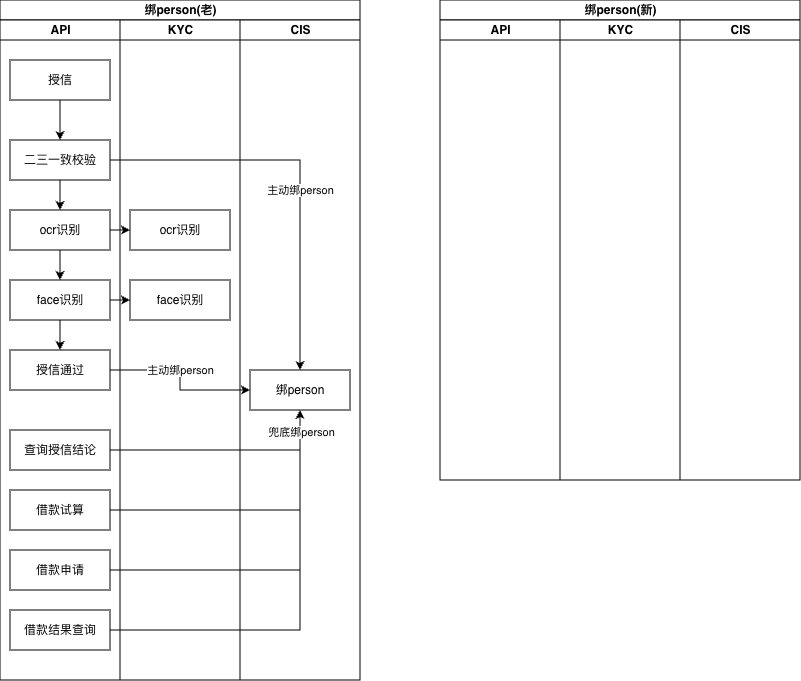
yuanlj-tea/picgo keeps this draw.io diagram as 绑person对比图.png. Above is the earlier version. Source tidied: cells renumbered, new cells last; positions are measured from the earlier drawing's top-left corner, leaving out a move shared by most shapes.
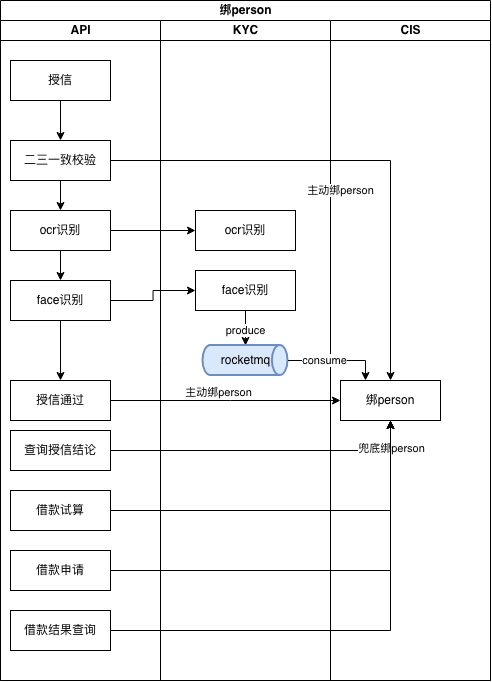
After the commit.

Commit message:
更新绑person对比图.png

Change to the diagram source:
```diff
@@ -2,11 +2,11 @@
   <root>
     <mxCell id="0" />
     <mxCell id="1" parent="0" />
-    <mxCell id="2" value="绑person(老)" style="swimlane;startSize=20;html=1;" parent="1" vertex="1">
-      <mxGeometry width="360" height="680" as="geometry" />
+    <mxCell id="2" value="绑person" style="swimlane;startSize=20;html=1;" parent="1" vertex="1">
+      <mxGeometry width="490" height="680" as="geometry" />
     </mxCell>
     <mxCell id="3" value="API" style="swimlane;startSize=20;html=1;" parent="2" vertex="1">
-      <mxGeometry y="20" width="120" height="660" as="geometry" />
+      <mxGeometry y="20" width="160" height="660" as="geometry" />
     </mxCell>
     <mxCell id="4" style="edgeStyle=orthogonalEdgeStyle;rounded=0;jettySize=auto;html=1;" parent="3" edge="1" source="5" target="7">
       <mxGeometry relative="1" as="geometry" />
@@ -33,7 +33,7 @@
       <mxGeometry x="10" y="260" width="100" height="40" as="geometry" />
     </mxCell>
     <mxCell id="12" value="授信通过" style="rounded=0;whiteSpace=wrap;html=1;" parent="3" vertex="1">
-      <mxGeometry x="10" y="330" width="100" height="40" as="geometry" />
+      <mxGeometry x="10" y="360" width="100" height="40" as="geometry" />
     </mxCell>
     <mxCell id="13" value="查询授信结论" style="rounded=0;whiteSpace=wrap;html=1;" parent="3" vertex="1">
       <mxGeometry x="10" y="410" width="100" height="40" as="geometry" />
@@ -44,28 +44,32 @@
     <mxCell id="15" value="借款申请" style="rounded=0;whiteSpace=wrap;html=1;" parent="3" vertex="1">
       <mxGeometry x="10" y="530" width="100" height="40" as="geometry" />
     </mxCell>
-    <mxCell id="16" style="edgeStyle=orthogonalEdgeStyle;rounded=0;jettySize=auto;html=1;" parent="3" edge="1" source="17">
-      <mxGeometry relative="1" as="geometry">
-        <mxPoint x="300" y="390" as="targetPoint" />
-      </mxGeometry>
-    </mxCell>
     <mxCell id="17" value="借款结果查询" style="rounded=0;whiteSpace=wrap;html=1;" parent="3" vertex="1">
       <mxGeometry x="10" y="590" width="100" height="40" as="geometry" />
     </mxCell>
     <mxCell id="18" value="KYC" style="swimlane;startSize=20;html=1;" parent="2" vertex="1">
-      <mxGeometry x="120" y="20" width="120" height="660" as="geometry" />
+      <mxGeometry x="160" y="20" width="170" height="660" as="geometry" />
     </mxCell>
     <mxCell id="19" value="ocr识别" style="rounded=0;whiteSpace=wrap;html=1;" parent="18" vertex="1">
-      <mxGeometry x="10" y="190" width="100" height="40" as="geometry" />
+      <mxGeometry x="35" y="190" width="100" height="40" as="geometry" />
     </mxCell>
+    <mxCell id="37" style="edgeStyle=orthogonalEdgeStyle;rounded=0;jettySize=auto;html=1;" parent="18" edge="1" source="20" target="39">
+      <mxGeometry relative="1" as="geometry" />
+    </mxCell>
+    <mxCell id="38" value="produce" style="edgeLabel;html=1;align=center;verticalAlign=middle;" parent="37" vertex="1">
+      <mxGeometry x="0.31" relative="1" as="geometry" />
+    </mxCell>
     <mxCell id="20" value="face识别" style="rounded=0;whiteSpace=wrap;html=1;" parent="18" vertex="1">
-      <mxGeometry x="10" y="260" width="100" height="40" as="geometry" />
+      <mxGeometry x="35" y="250" width="100" height="40" as="geometry" />
     </mxCell>
+    <mxCell id="39" value="rocketmq" style="strokeWidth=2;html=1;shape=mxgraph.flowchart.direct_data;whiteSpace=wrap;fillColor=#dae8fc;strokeColor=#6c8ebf;" parent="18" vertex="1">
+      <mxGeometry x="42.5" y="325" width="85" height="30" as="geometry" />
+    </mxCell>
     <mxCell id="21" value="CIS" style="swimlane;startSize=20;html=1;" parent="2" vertex="1">
-      <mxGeometry x="240" y="20" width="120" height="660" as="geometry" />
+      <mxGeometry x="330" y="20" width="160" height="660" as="geometry" />
     </mxCell>
     <mxCell id="22" value="绑person" style="rounded=0;whiteSpace=wrap;html=1;" parent="21" vertex="1">
-      <mxGeometry x="10" y="350" width="100" height="40" as="geometry" />
+      <mxGeometry x="10" y="360" width="100" height="40" as="geometry" />
     </mxCell>
     <mxCell id="23" style="edgeStyle=orthogonalEdgeStyle;rounded=0;jettySize=auto;html=1;" parent="2" edge="1" source="9" target="19">
       <mxGeometry relative="1" as="geometry" />
@@ -73,8 +77,13 @@
     <mxCell id="24" style="edgeStyle=orthogonalEdgeStyle;rounded=0;jettySize=auto;html=1;entryX=0;entryY=0.5;entryDx=0;entryDy=0;" parent="2" edge="1" source="11" target="20">
       <mxGeometry relative="1" as="geometry" />
     </mxCell>
-    <mxCell id="25" style="edgeStyle=orthogonalEdgeStyle;rounded=0;jettySize=auto;html=1;entryX=0;entryY=0.5;entryDx=0;entryDy=0;" parent="2" edge="1" source="12" target="22">
-      <mxGeometry relative="1" as="geometry" />
+    <mxCell id="25" style="edgeStyle=orthogonalEdgeStyle;rounded=0;jettySize=auto;html=1;entryX=0;entryY=0.5;entryDx=0;entryDy=0;exitX=1;exitY=0.5;exitDx=0;exitDy=0;" parent="2" edge="1" source="12" target="22">
+      <mxGeometry relative="1" as="geometry">
+        <Array as="points">
+          <mxPoint x="230" y="400" />
+          <mxPoint x="230" y="400" />
+        </Array>
+      </mxGeometry>
     </mxCell>
     <mxCell id="26" value="主动绑person" style="edgeLabel;html=1;align=center;verticalAlign=middle;" parent="25" vertex="1">
       <mxGeometry x="-0.05" y="2" relative="1" as="geometry">
@@ -101,17 +110,14 @@
     <mxCell id="32" value="兜底绑person" style="edgeLabel;html=1;align=center;verticalAlign=middle;" parent="31" vertex="1">
       <mxGeometry x="0.87" y="-1" relative="1" as="geometry" />
     </mxCell>
-    <mxCell id="33" value="绑person(新)" style="swimlane;startSize=20;html=1;" parent="1" vertex="1">
-      <mxGeometry x="440" width="360" height="480" as="geometry" />
-    </mxCell>
-    <mxCell id="34" value="API" style="swimlane;startSize=20;html=1;" parent="33" vertex="1">
-      <mxGeometry y="20" width="120" height="460" as="geometry" />
-    </mxCell>
-    <mxCell id="35" value="KYC" style="swimlane;startSize=20;html=1;" parent="33" vertex="1">
-      <mxGeometry x="120" y="20" width="120" height="460" as="geometry" />
-    </mxCell>
-    <mxCell id="36" value="CIS" style="swimlane;startSize=20;html=1;" parent="33" vertex="1">
-      <mxGeometry x="240" y="20" width="120" height="460" as="geometry" />
-    </mxCell>
+    <mxCell id="16" style="edgeStyle=orthogonalEdgeStyle;rounded=0;jettySize=auto;html=1;entryX=0.5;entryY=1;entryDx=0;entryDy=0;" parent="2" edge="1" source="17" target="22">
+      <mxGeometry relative="1" as="geometry" />
+    </mxCell>
+    <mxCell id="40" style="edgeStyle=orthogonalEdgeStyle;rounded=0;jettySize=auto;html=1;entryX=0.25;entryY=0;entryDx=0;entryDy=0;" parent="2" edge="1" source="39" target="22">
+      <mxGeometry relative="1" as="geometry" />
+    </mxCell>
+    <mxCell id="41" value="consume" style="edgeLabel;html=1;align=center;verticalAlign=middle;" parent="40" vertex="1">
+      <mxGeometry x="-0.25" relative="1" as="geometry" />
+    </mxCell>
   </root>
 </mxGraphModel>
```
